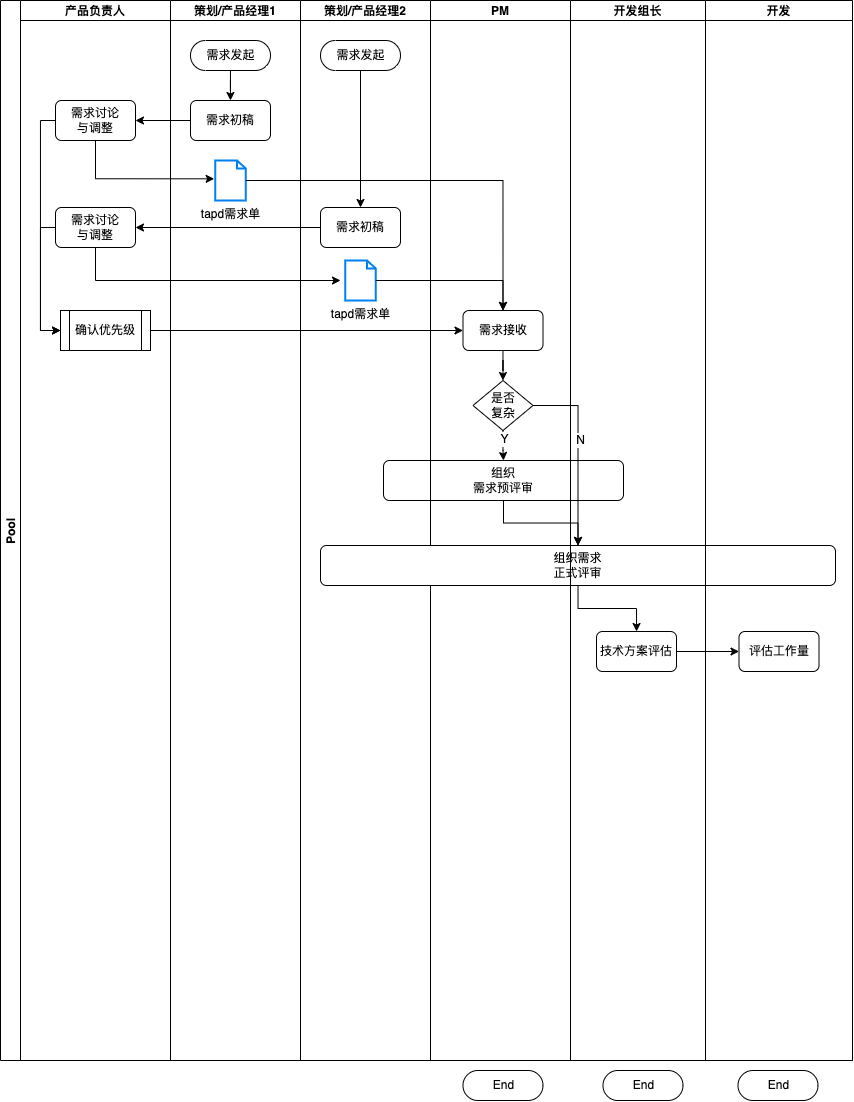
Before: Untitled Diagram.drawio.png, a diagram exported from draw.io (derek964/the-economist-ebooks). Source tidied: cells renumbered, new cells last; positions are measured from the earlier drawing's top-left corner, leaving out a move shared by most shapes.
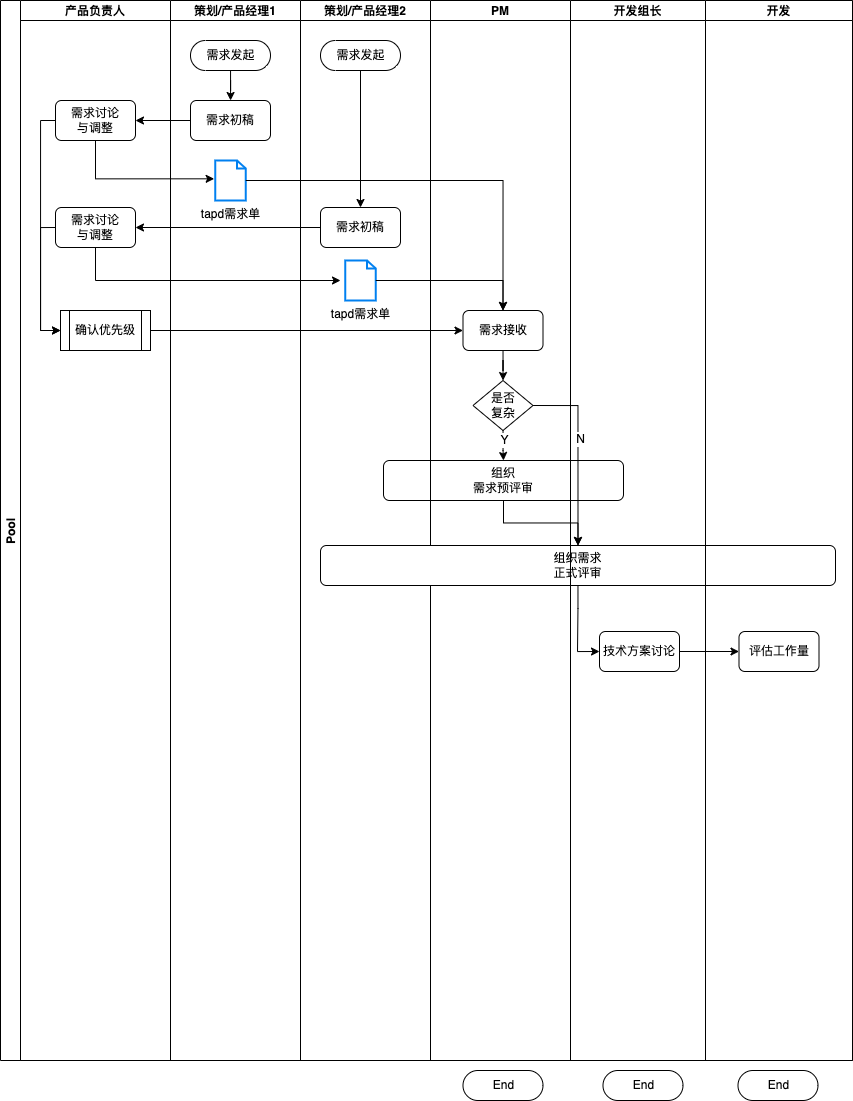
Above is the later version.

What changed in the source:
```diff
@@ -99,8 +99,8 @@
     <mxCell id="30" value="End" style="html=1;dashed=0;whitespace=wrap;shape=mxgraph.dfd.start;" parent="29" vertex="1">
       <mxGeometry x="32.5" y="1070" width="80" height="30" as="geometry" />
     </mxCell>
-    <mxCell id="31" value="技术方案评估" style="rounded=1;whiteSpace=wrap;html=1;" parent="29" vertex="1">
-      <mxGeometry x="26" y="631" width="80" height="40" as="geometry" />
+    <mxCell id="31" value="技术方案讨论" style="rounded=1;whiteSpace=wrap;html=1;" parent="29" vertex="1">
+      <mxGeometry x="29" y="631" width="80" height="40" as="geometry" />
     </mxCell>
     <mxCell id="32" value="开发" style="swimlane;startSize=20;" parent="2" vertex="1">
       <mxGeometry x="705" width="147" height="1060" as="geometry" />
@@ -150,8 +150,14 @@
     <mxCell id="44" style="edgeStyle=orthogonalEdgeStyle;rounded=0;jettySize=auto;html=1;" parent="2" edge="1" source="31" target="34">
       <mxGeometry relative="1" as="geometry" />
     </mxCell>
-    <mxCell id="45" style="edgeStyle=orthogonalEdgeStyle;rounded=0;jettySize=auto;html=1;" parent="2" edge="1" source="28" target="31">
-      <mxGeometry relative="1" as="geometry" />
+    <mxCell id="45" style="edgeStyle=orthogonalEdgeStyle;rounded=0;jettySize=auto;html=1;entryX=0;entryY=0.5;entryDx=0;entryDy=0;" parent="2" edge="1" source="28" target="31">
+      <mxGeometry relative="1" as="geometry">
+        <Array as="points">
+          <mxPoint x="577" y="608" />
+          <mxPoint x="577" y="608" />
+          <mxPoint x="577" y="651" />
+        </Array>
+      </mxGeometry>
     </mxCell>
   </root>
 </mxGraphModel>
```
